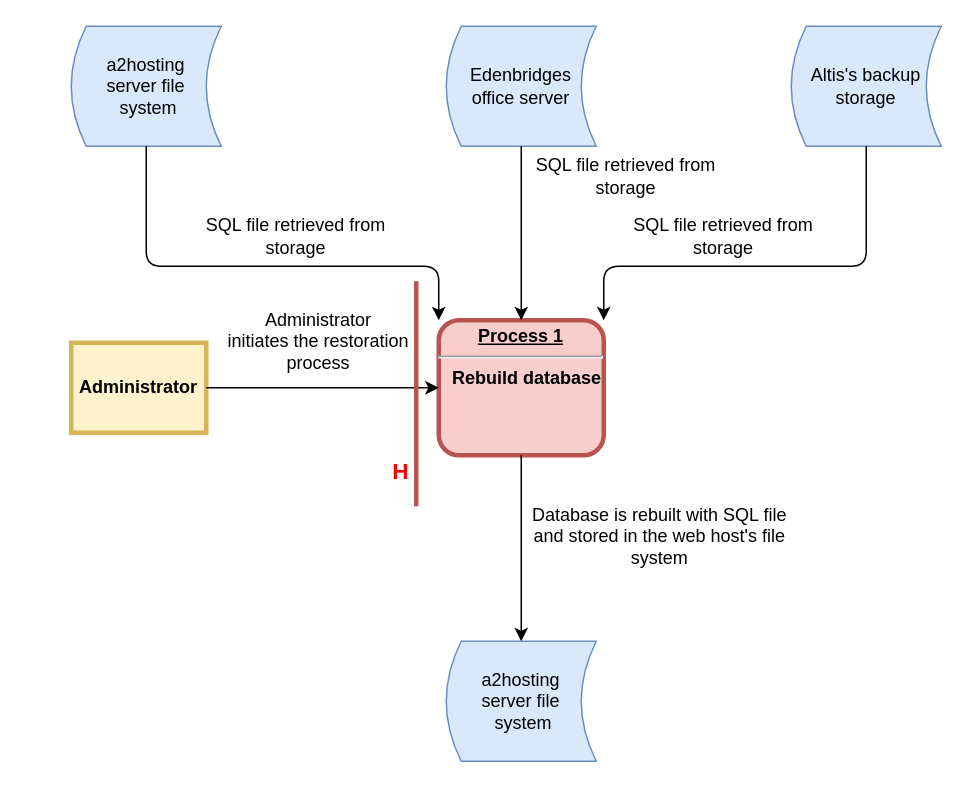
Earlier version of the draw.io diagram Diagrams/DFD/recovery.drawio (Harlento/SchedulingSystem). Source tidied: cells renumbered, new cells numbered last; positions are measured from the earlier drawing's top-left corner, leaving out a move shared by most shapes. Both pictures are drawn from the tidied source at 150%, with x=0, y=0 at pixel (70, 26).
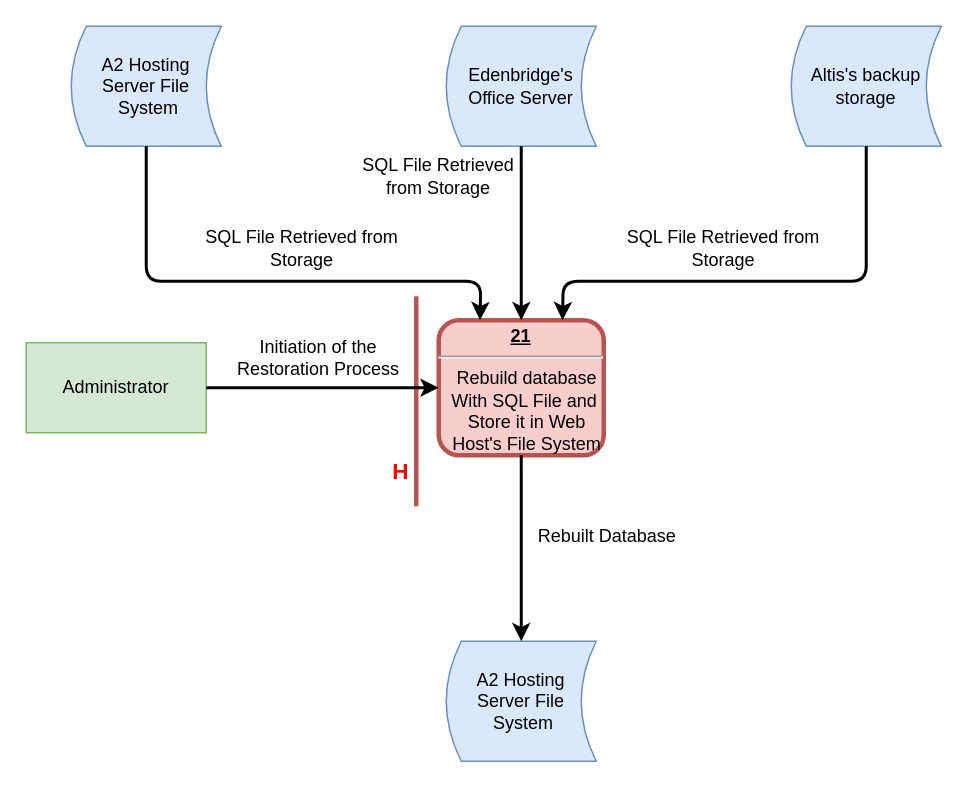
The same diagram, later.

Unchanged cells that the change refers to:
```xml
<mxCell id="7" value="Altis's backup&lt;br&gt;storage" style="shape=dataStorage;whiteSpace=wrap;html=1;fillColor=#dae8fc;strokeColor=#6c8ebf;" parent="1" vertex="1">
  <mxGeometry x="480" width="100" height="80" as="geometry" />
</mxCell>
```

Change to the diagram source:
```diff
@@
-    <mxCell id="2" value="&lt;p style=&quot;margin: 0px ; margin-top: 4px ; text-align: center ; text-decoration: underline&quot;&gt;&lt;strong&gt;Process 1&lt;br&gt;&lt;/strong&gt;&lt;/p&gt;&lt;hr&gt;&lt;p style=&quot;margin: 0px ; margin-left: 8px&quot;&gt;Rebuild database&lt;/p&gt;" style="verticalAlign=middle;align=center;overflow=fill;fontSize=12;fontFamily=Helvetica;html=1;rounded=1;fontStyle=1;strokeWidth=3;fillColor=#f8cecc;strokeColor=#b85450;" parent="1" vertex="1">
+    <mxCell id="2" value="&lt;p style=&quot;margin: 0px ; margin-top: 4px ; text-align: center ; text-decoration: underline&quot;&gt;&lt;strong&gt;21&lt;br&gt;&lt;/strong&gt;&lt;/p&gt;&lt;hr&gt;&lt;p style=&quot;margin: 0px ; margin-left: 8px&quot;&gt;&lt;span style=&quot;font-weight: normal&quot;&gt;Rebuild database&lt;/span&gt;&lt;/p&gt;&lt;p style=&quot;margin: 0px ; margin-left: 8px&quot;&gt;&lt;span style=&quot;font-weight: normal&quot;&gt;With SQL File and&amp;nbsp;&lt;/span&gt;&lt;/p&gt;&lt;p style=&quot;margin: 0px ; margin-left: 8px&quot;&gt;&lt;span style=&quot;font-weight: normal&quot;&gt;Store it in Web&lt;/span&gt;&lt;/p&gt;&lt;p style=&quot;margin: 0px ; margin-left: 8px&quot;&gt;&lt;span style=&quot;font-weight: normal&quot;&gt;Host's File System&lt;/span&gt;&lt;/p&gt;" style="verticalAlign=middle;align=center;overflow=fill;fontSize=12;fontFamily=Helvetica;html=1;rounded=1;fontStyle=1;strokeWidth=3;fillColor=#f8cecc;strokeColor=#b85450;" parent="1" vertex="1">
       <mxGeometry x="245" y="196" width="110" height="90" as="geometry" />
     </mxCell>
-    <mxCell id="3" value="Administrator" style="whiteSpace=wrap;align=center;verticalAlign=middle;fontStyle=1;strokeWidth=3;fillColor=#fff2cc;strokeColor=#d6b656;" parent="1" vertex="1">
-      <mxGeometry y="211" width="90" height="60" as="geometry" />
-    </mxCell>
-    <mxCell id="4" value="a2hosting &lt;br&gt;server file&lt;br&gt;&amp;nbsp;system&lt;br&gt;" style="shape=dataStorage;whiteSpace=wrap;html=1;fillColor=#dae8fc;strokeColor=#6c8ebf;" parent="1" vertex="1">
+    <mxCell id="4" value="A2 Hosting &lt;br&gt;Server File&lt;br&gt;&amp;nbsp;System" style="shape=dataStorage;whiteSpace=wrap;html=1;fillColor=#dae8fc;strokeColor=#6c8ebf;" parent="1" vertex="1">
       <mxGeometry width="100" height="80" as="geometry" />
     </mxCell>
-    <mxCell id="5" style="endArrow=classic;html=1;exitX=1;exitY=0.5;exitDx=0;exitDy=0;entryX=0;entryY=0.5;entryDx=0;entryDy=0;" parent="1" edge="1" source="3" target="2">
-      <mxGeometry relative="1" as="geometry" />
-    </mxCell>
-    <mxCell id="6" value="Edenbridges&lt;br&gt;office server" style="shape=dataStorage;whiteSpace=wrap;html=1;fillColor=#dae8fc;strokeColor=#6c8ebf;" parent="1" vertex="1">
+    <mxCell id="6" value="Edenbridge's&lt;br&gt;Office Server" style="shape=dataStorage;whiteSpace=wrap;html=1;fillColor=#dae8fc;strokeColor=#6c8ebf;" parent="1" vertex="1">
       <mxGeometry x="250" width="100" height="80" as="geometry" />
     </mxCell>
@@
-    <mxCell id="8" style="endArrow=classic;html=1;exitX=0.5;exitY=1;exitDx=0;exitDy=0;entryX=0;entryY=0;entryDx=0;entryDy=0;" parent="1" edge="1" source="4" target="2">
-      <mxGeometry relative="1" as="geometry">
-        <Array as="points">
-          <mxPoint x="50" y="160" />
-          <mxPoint x="120" y="160" />
-          <mxPoint x="245" y="160" />
-        </Array>
-      </mxGeometry>
-    </mxCell>
-    <mxCell id="9" style="endArrow=classic;html=1;exitX=0.5;exitY=1;exitDx=0;exitDy=0;entryX=0.5;entryY=0;entryDx=0;entryDy=0;" parent="1" edge="1" source="6" target="2">
-      <mxGeometry relative="1" as="geometry" />
-    </mxCell>
-    <mxCell id="10" style="endArrow=classic;html=1;exitX=0.5;exitY=1;exitDx=0;exitDy=0;entryX=1;entryY=0;entryDx=0;entryDy=0;" parent="1" edge="1" source="7" target="2">
-      <mxGeometry relative="1" as="geometry">
-        <Array as="points">
-          <mxPoint x="530" y="160" />
-          <mxPoint x="390" y="160" />
-          <mxPoint x="355" y="160" />
-        </Array>
-      </mxGeometry>
-    </mxCell>
-    <mxCell id="11" value="a2hosting &lt;br&gt;server file&lt;br&gt;&amp;nbsp;system&lt;br&gt;" style="shape=dataStorage;whiteSpace=wrap;html=1;fillColor=#dae8fc;strokeColor=#6c8ebf;" parent="1" vertex="1">
+    <mxCell id="11" value="A2 Hosting &lt;br&gt;Server File&lt;br&gt;&amp;nbsp;System" style="shape=dataStorage;whiteSpace=wrap;html=1;fillColor=#dae8fc;strokeColor=#6c8ebf;" parent="1" vertex="1">
       <mxGeometry x="250" y="410" width="100" height="80" as="geometry" />
     </mxCell>
-    <mxCell id="12" style="endArrow=classic;html=1;exitX=0.5;exitY=1;exitDx=0;exitDy=0;entryX=0.5;entryY=0;entryDx=0;entryDy=0;" parent="1" edge="1" source="2" target="11">
-      <mxGeometry relative="1" as="geometry" />
-    </mxCell>
-    <mxCell id="13" value="SQL file retrieved from storage" style="text;html=1;strokeColor=none;fillColor=none;align=center;verticalAlign=middle;whiteSpace=wrap;rounded=0;" parent="1" vertex="1">
-      <mxGeometry x="70" y="130" width="160" height="20" as="geometry" />
+    <mxCell id="13" value="SQL File Retrieved from Storage" style="text;html=1;strokeColor=none;fillColor=none;align=center;verticalAlign=middle;whiteSpace=wrap;rounded=0;" parent="1" vertex="1">
+      <mxGeometry x="74" y="138" width="160" height="20" as="geometry" />
     </mxCell>
-    <mxCell id="14" value="Database is rebuilt with SQL file and stored in the web host's file system" style="text;html=1;strokeColor=none;fillColor=none;align=center;verticalAlign=middle;whiteSpace=wrap;rounded=0;" parent="1" vertex="1">
-      <mxGeometry x="305" y="330" width="175" height="20" as="geometry" />
+    <mxCell id="14" value="Rebuilt Database" style="text;html=1;strokeColor=none;fillColor=none;align=center;verticalAlign=middle;whiteSpace=wrap;rounded=0;" parent="1" vertex="1">
+      <mxGeometry x="270" y="330" width="175" height="20" as="geometry" />
     </mxCell>
-    <mxCell id="15" value="SQL file retrieved from storage" style="text;html=1;strokeColor=none;fillColor=none;align=center;verticalAlign=middle;whiteSpace=wrap;rounded=0;" parent="1" vertex="1">
-      <mxGeometry x="355" y="130" width="160" height="20" as="geometry" />
+    <mxCell id="15" value="SQL File Retrieved from Storage" style="text;html=1;strokeColor=none;fillColor=none;align=center;verticalAlign=middle;whiteSpace=wrap;rounded=0;" parent="1" vertex="1">
+      <mxGeometry x="355" y="138" width="160" height="20" as="geometry" />
     </mxCell>
-    <mxCell id="16" value="SQL file retrieved from storage" style="text;html=1;strokeColor=none;fillColor=none;align=center;verticalAlign=middle;whiteSpace=wrap;rounded=0;" parent="1" vertex="1">
-      <mxGeometry x="290" y="90" width="160" height="20" as="geometry" />
+    <mxCell id="16" value="SQL File Retrieved from Storage" style="text;html=1;strokeColor=none;fillColor=none;align=center;verticalAlign=middle;whiteSpace=wrap;rounded=0;" parent="1" vertex="1">
+      <mxGeometry x="190" y="90" width="110" height="20" as="geometry" />
     </mxCell>
-    <mxCell id="17" value="Administrator&lt;br&gt;initiates the restoration process" style="text;html=1;strokeColor=none;fillColor=none;align=center;verticalAlign=middle;whiteSpace=wrap;rounded=0;" parent="1" vertex="1">
-      <mxGeometry x="100" y="200" width="130" height="20" as="geometry" />
+    <mxCell id="17" value="Initiation of the Restoration Process" style="text;html=1;strokeColor=none;fillColor=none;align=center;verticalAlign=middle;whiteSpace=wrap;rounded=0;" parent="1" vertex="1">
+      <mxGeometry x="100" y="211" width="130" height="20" as="geometry" />
     </mxCell>
     <mxCell id="18" style="endArrow=none;html=1;strokeWidth=3;fillColor=#f8cecc;strokeColor=#b85450;" parent="1" edge="1">
       <mxGeometry relative="1" as="geometry">
         <mxPoint x="230" y="320" as="sourcePoint" />
-        <mxPoint x="230" y="170" as="targetPoint" />
+        <mxPoint x="230" y="180" as="targetPoint" />
       </mxGeometry>
     </mxCell>
@@
+    <mxCell id="3" value="Administrator" style="rounded=0;whiteSpace=wrap;html=1;fillColor=#d5e8d4;strokeColor=#82b366;" parent="1" vertex="1">
+      <mxGeometry x="-30" y="211" width="120" height="60" as="geometry" />
+    </mxCell>
+    <mxCell id="5" style="endArrow=classic;html=1;strokeWidth=2;entryX=0;entryY=0.5;entryDx=0;entryDy=0;exitX=1;exitY=0.5;exitDx=0;exitDy=0;" parent="1" edge="1" source="3" target="2">
+      <mxGeometry relative="1" as="geometry" />
+    </mxCell>
+    <mxCell id="12" style="endArrow=classic;html=1;strokeWidth=2;entryX=0.5;entryY=0;entryDx=0;entryDy=0;exitX=0.5;exitY=1;exitDx=0;exitDy=0;" parent="1" edge="1" source="2" target="11">
+      <mxGeometry relative="1" as="geometry" />
+    </mxCell>
+    <mxCell id="10" style="endArrow=classic;html=1;strokeWidth=2;entryX=0.75;entryY=0;entryDx=0;entryDy=0;exitX=0.5;exitY=1;exitDx=0;exitDy=0;" parent="1" edge="1" source="7" target="2">
+      <mxGeometry relative="1" as="geometry">
+        <Array as="points">
+          <mxPoint x="530" y="170" />
+          <mxPoint x="328" y="170" />
+        </Array>
+      </mxGeometry>
+    </mxCell>
+    <mxCell id="9" style="endArrow=classic;html=1;strokeWidth=2;entryX=0.5;entryY=0;entryDx=0;entryDy=0;exitX=0.5;exitY=1;exitDx=0;exitDy=0;" parent="1" edge="1" source="6" target="2">
+      <mxGeometry relative="1" as="geometry" />
+    </mxCell>
+    <mxCell id="8" style="endArrow=classic;html=1;strokeWidth=2;entryX=0.25;entryY=0;entryDx=0;entryDy=0;exitX=0.5;exitY=1;exitDx=0;exitDy=0;" parent="1" edge="1" source="4" target="2">
+      <mxGeometry relative="1" as="geometry">
+        <Array as="points">
+          <mxPoint x="50" y="170" />
+          <mxPoint x="273" y="170" />
+        </Array>
+      </mxGeometry>
+    </mxCell>
```
